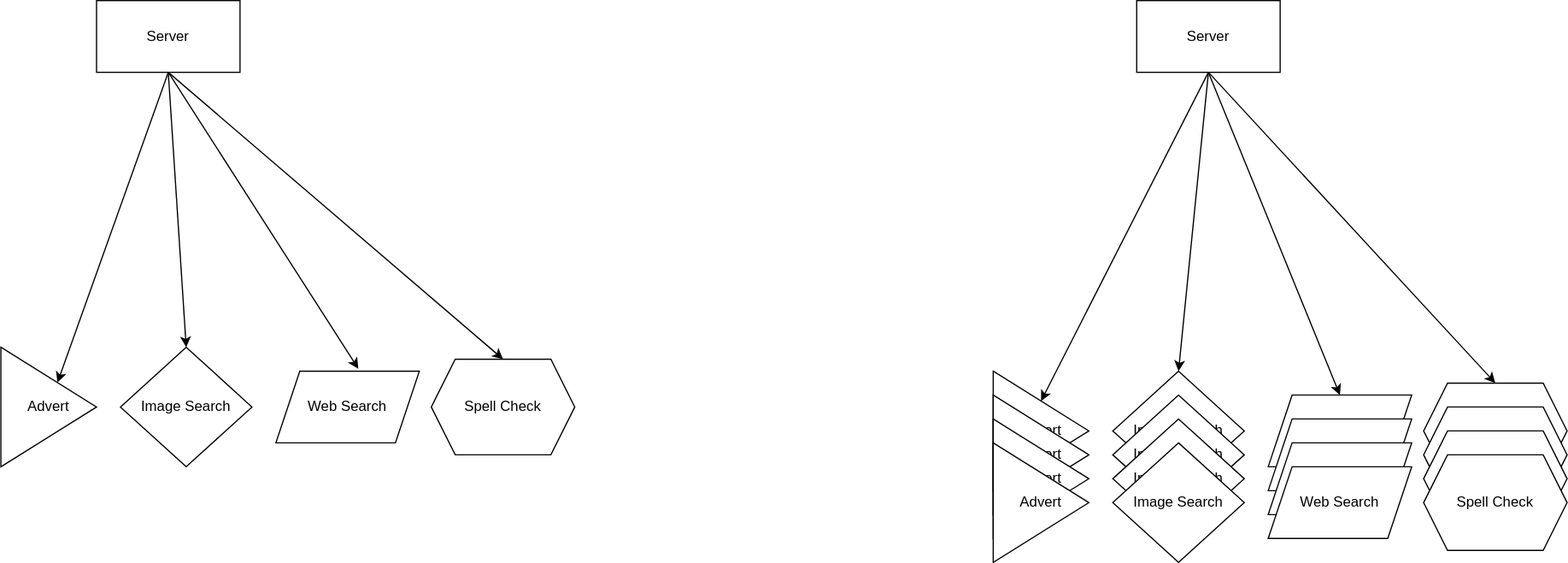
This is Server-with-Multiple-Backend.svg from Notoriousjayy/Cloud-System-Admininstrarion, a draw.io export, as it was before one commit. Source tidied: cells renumbered, new cells last; positions are measured from the earlier drawing's top-left corner, leaving out a move shared by most shapes. Source of this version:
```xml
<mxGraphModel>
  <root>
    <mxCell id="0" />
    <mxCell id="1" parent="0" />
    <mxCell id="2" value="Server" style="rounded=0;whiteSpace=wrap;html=1;" parent="1" vertex="1">
      <mxGeometry x="80" width="120" height="60" as="geometry" />
    </mxCell>
    <mxCell id="3" value="Server" style="rounded=0;whiteSpace=wrap;html=1;" parent="1" vertex="1">
      <mxGeometry x="950" width="120" height="60" as="geometry" />
    </mxCell>
    <mxCell id="4" value="Advert" style="triangle;html=1;rotation=0;whiteSpace=wrap;textDirection=ltr;align=center;" parent="1" vertex="1">
      <mxGeometry y="290" width="80" height="100" as="geometry" />
    </mxCell>
    <mxCell id="5" value="Spell Check" style="shape=hexagon;perimeter=hexagonPerimeter2;whiteSpace=wrap;html=1;fixedSize=1;" parent="1" vertex="1">
      <mxGeometry x="360" y="300" width="120" height="80" as="geometry" />
    </mxCell>
    <mxCell id="6" value="Web Search" style="shape=parallelogram;perimeter=parallelogramPerimeter;whiteSpace=wrap;html=1;fixedSize=1;" parent="1" vertex="1">
      <mxGeometry x="230" y="310" width="120" height="60" as="geometry" />
    </mxCell>
    <mxCell id="7" value="Image Search" style="rhombus;whiteSpace=wrap;html=1;" parent="1" vertex="1">
      <mxGeometry x="100" y="290" width="110" height="100" as="geometry" />
    </mxCell>
    <mxCell id="8" value="Advert" style="triangle;html=1;rotation=0;whiteSpace=wrap;textDirection=ltr;align=center;" parent="1" vertex="1">
      <mxGeometry x="830" y="310" width="80" height="100" as="geometry" />
    </mxCell>
    <mxCell id="9" value="Spell Check" style="shape=hexagon;perimeter=hexagonPerimeter2;whiteSpace=wrap;html=1;fixedSize=1;" parent="1" vertex="1">
      <mxGeometry x="1190" y="320" width="120" height="80" as="geometry" />
    </mxCell>
    <mxCell id="10" value="Web Search" style="shape=parallelogram;perimeter=parallelogramPerimeter;whiteSpace=wrap;html=1;fixedSize=1;" parent="1" vertex="1">
      <mxGeometry x="1060" y="330" width="120" height="60" as="geometry" />
    </mxCell>
    <mxCell id="11" value="Image Search" style="rhombus;whiteSpace=wrap;html=1;" parent="1" vertex="1">
      <mxGeometry x="930" y="310" width="110" height="100" as="geometry" />
    </mxCell>
    <mxCell id="12" value="Advert" style="triangle;html=1;rotation=0;whiteSpace=wrap;textDirection=ltr;align=center;" parent="1" vertex="1">
      <mxGeometry x="830" y="330" width="80" height="100" as="geometry" />
    </mxCell>
    <mxCell id="13" value="Spell Check" style="shape=hexagon;perimeter=hexagonPerimeter2;whiteSpace=wrap;html=1;fixedSize=1;" parent="1" vertex="1">
      <mxGeometry x="1190" y="340" width="120" height="80" as="geometry" />
    </mxCell>
    <mxCell id="14" value="Web Search" style="shape=parallelogram;perimeter=parallelogramPerimeter;whiteSpace=wrap;html=1;fixedSize=1;" parent="1" vertex="1">
      <mxGeometry x="1060" y="350" width="120" height="60" as="geometry" />
    </mxCell>
    <mxCell id="15" value="Image Search" style="rhombus;whiteSpace=wrap;html=1;" parent="1" vertex="1">
      <mxGeometry x="930" y="330" width="110" height="100" as="geometry" />
    </mxCell>
    <mxCell id="16" value="Advert" style="triangle;html=1;rotation=0;whiteSpace=wrap;textDirection=ltr;align=center;" parent="1" vertex="1">
      <mxGeometry x="830" y="350" width="80" height="100" as="geometry" />
    </mxCell>
    <mxCell id="17" value="Spell Check" style="shape=hexagon;perimeter=hexagonPerimeter2;whiteSpace=wrap;html=1;fixedSize=1;" parent="1" vertex="1">
      <mxGeometry x="1190" y="360" width="120" height="80" as="geometry" />
    </mxCell>
    <mxCell id="18" value="Web Search" style="shape=parallelogram;perimeter=parallelogramPerimeter;whiteSpace=wrap;html=1;fixedSize=1;" parent="1" vertex="1">
      <mxGeometry x="1060" y="370" width="120" height="60" as="geometry" />
    </mxCell>
    <mxCell id="19" value="Image Search" style="rhombus;whiteSpace=wrap;html=1;" parent="1" vertex="1">
      <mxGeometry x="930" y="350" width="110" height="100" as="geometry" />
    </mxCell>
    <mxCell id="20" value="Advert" style="triangle;html=1;rotation=0;whiteSpace=wrap;textDirection=ltr;align=center;" parent="1" vertex="1">
      <mxGeometry x="830" y="370" width="80" height="100" as="geometry" />
    </mxCell>
    <mxCell id="21" value="Spell Check" style="shape=hexagon;perimeter=hexagonPerimeter2;whiteSpace=wrap;html=1;fixedSize=1;" parent="1" vertex="1">
      <mxGeometry x="1190" y="380" width="120" height="80" as="geometry" />
    </mxCell>
    <mxCell id="22" value="Web Search" style="shape=parallelogram;perimeter=parallelogramPerimeter;whiteSpace=wrap;html=1;fixedSize=1;" parent="1" vertex="1">
      <mxGeometry x="1060" y="390" width="120" height="60" as="geometry" />
    </mxCell>
    <mxCell id="23" value="Image Search" style="rhombus;whiteSpace=wrap;html=1;" parent="1" vertex="1">
      <mxGeometry x="930" y="370" width="110" height="100" as="geometry" />
    </mxCell>
    <mxCell id="24" style="endArrow=classic;html=1;rounded=0;exitX=0.5;exitY=1;exitDx=0;exitDy=0;" parent="1" edge="1" source="2" target="4">
      <mxGeometry relative="1" as="geometry" />
    </mxCell>
    <mxCell id="25" style="endArrow=classic;html=1;rounded=0;entryX=0.5;entryY=0;entryDx=0;entryDy=0;" parent="1" edge="1" target="7">
      <mxGeometry relative="1" as="geometry">
        <mxPoint x="140" y="60" as="sourcePoint" />
      </mxGeometry>
    </mxCell>
    <mxCell id="26" style="endArrow=classic;html=1;rounded=0;entryX=0.575;entryY=-0.033;entryDx=0;entryDy=0;entryPerimeter=0;" parent="1" edge="1" target="6">
      <mxGeometry relative="1" as="geometry">
        <mxPoint x="140" y="60" as="sourcePoint" />
      </mxGeometry>
    </mxCell>
    <mxCell id="27" style="endArrow=classic;html=1;rounded=0;entryX=0.5;entryY=0;entryDx=0;entryDy=0;" parent="1" edge="1" target="5">
      <mxGeometry relative="1" as="geometry">
        <mxPoint x="140" y="60" as="sourcePoint" />
      </mxGeometry>
    </mxCell>
    <mxCell id="28" style="endArrow=classic;html=1;rounded=0;exitX=0.5;exitY=1;exitDx=0;exitDy=0;entryX=0.5;entryY=0;entryDx=0;entryDy=0;" parent="1" edge="1" source="3" target="8">
      <mxGeometry relative="1" as="geometry" />
    </mxCell>
    <mxCell id="29" style="endArrow=classic;html=1;rounded=0;exitX=0.5;exitY=1;exitDx=0;exitDy=0;entryX=0.5;entryY=0;entryDx=0;entryDy=0;" parent="1" edge="1" source="3" target="11">
      <mxGeometry relative="1" as="geometry" />
    </mxCell>
    <mxCell id="30" style="endArrow=classic;html=1;rounded=0;exitX=0.5;exitY=1;exitDx=0;exitDy=0;entryX=0.5;entryY=0;entryDx=0;entryDy=0;" parent="1" edge="1" source="3" target="10">
      <mxGeometry relative="1" as="geometry" />
    </mxCell>
    <mxCell id="31" style="endArrow=classic;html=1;rounded=0;entryX=0.5;entryY=0;entryDx=0;entryDy=0;" parent="1" edge="1" target="9">
      <mxGeometry relative="1" as="geometry">
        <mxPoint x="1010" y="60" as="sourcePoint" />
      </mxGeometry>
    </mxCell>
  </root>
</mxGraphModel>
```
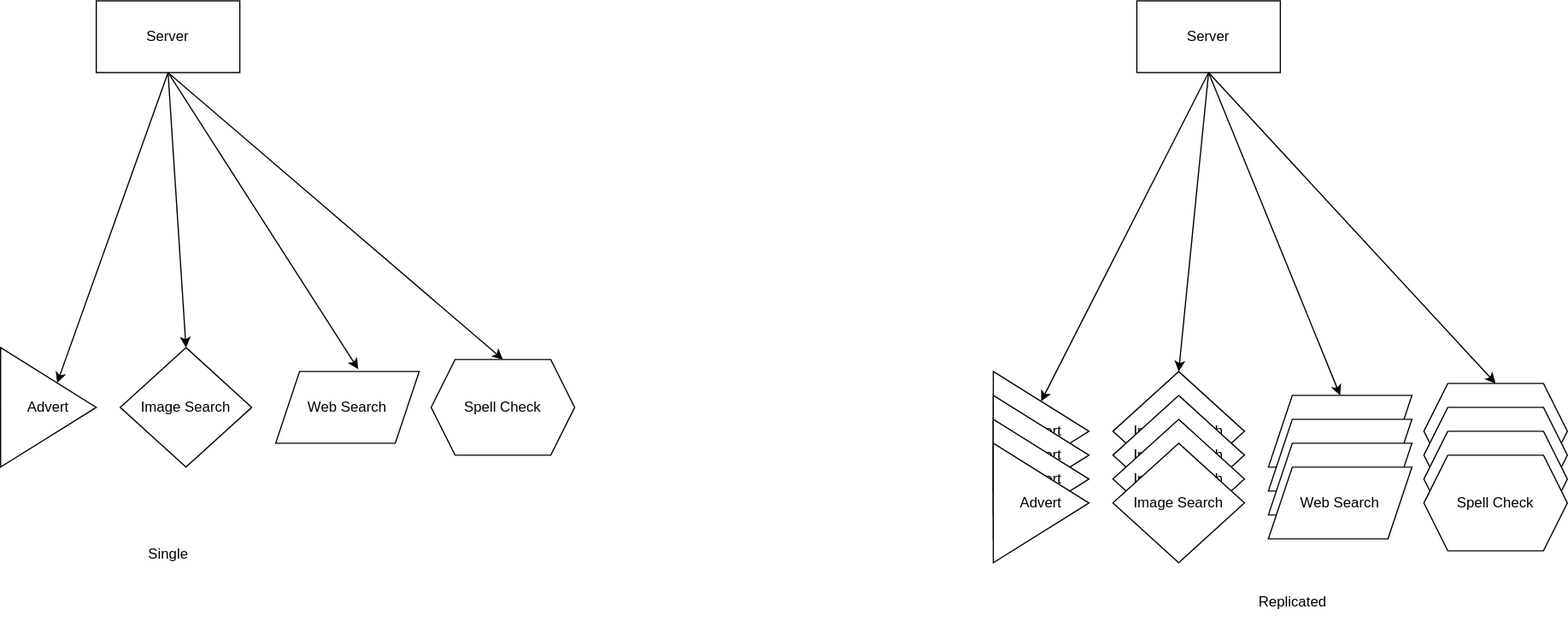
Later version of the same file.

What changed in the source:
```diff
@@ -100,5 +100,11 @@
         <mxPoint x="1010" y="60" as="sourcePoint" />
       </mxGeometry>
     </mxCell>
+    <mxCell id="32" value="Single" style="text;html=1;align=center;verticalAlign=middle;strokeColor=none;fillColor=none;" parent="1" vertex="1">
+      <mxGeometry x="110" y="448" width="60" height="30" as="geometry" />
+    </mxCell>
+    <mxCell id="33" value="Replicated" style="text;html=1;align=center;verticalAlign=middle;strokeColor=none;fillColor=none;" parent="1" vertex="1">
+      <mxGeometry x="1040" y="488" width="80" height="30" as="geometry" />
+    </mxCell>
   </root>
 </mxGraphModel>
```
